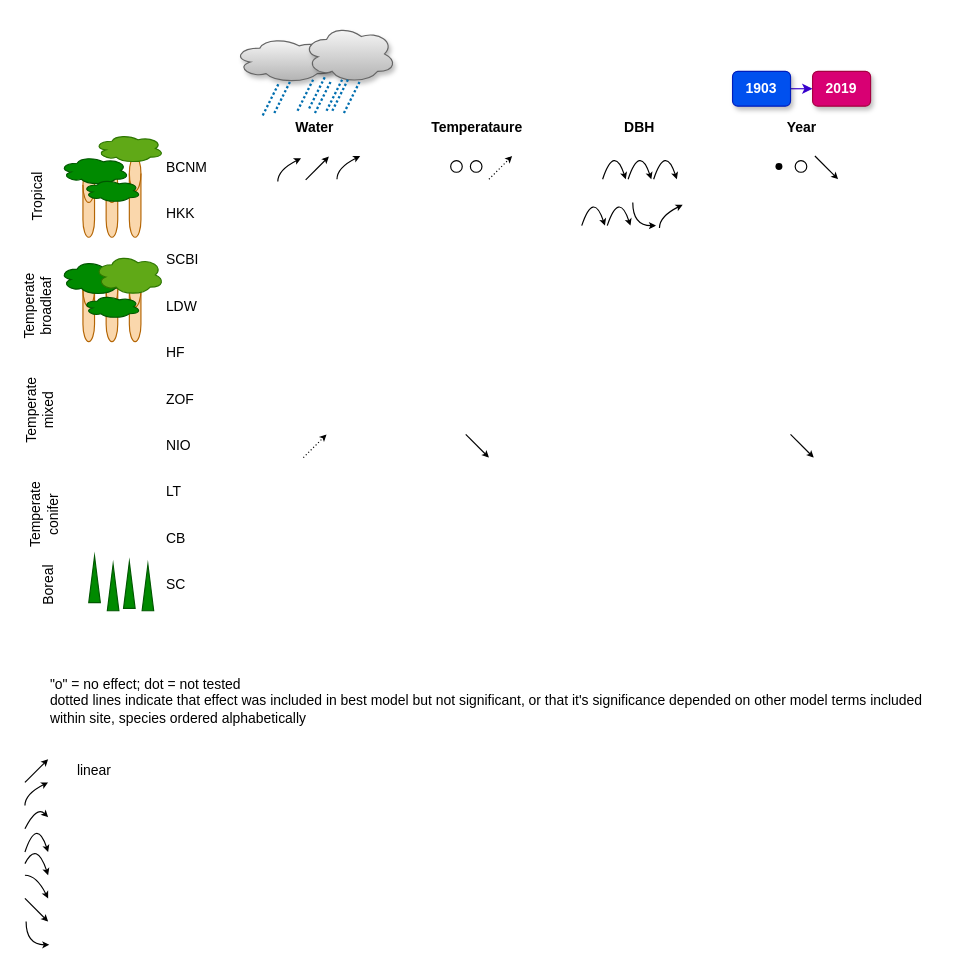
Above: doc/manuscript/tables_figures/SummaryFigure.drawio in EcoClimLab/ForestGEO-tree-rings (draw.io), before the change. Source tidied: cells renumbered, new cells numbered last; positions are measured from the earlier drawing's top-left corner, leaving out a move shared by most shapes. Both pictures are drawn from the tidied source at 116%, with x=0, y=0 at pixel (-1, 24).
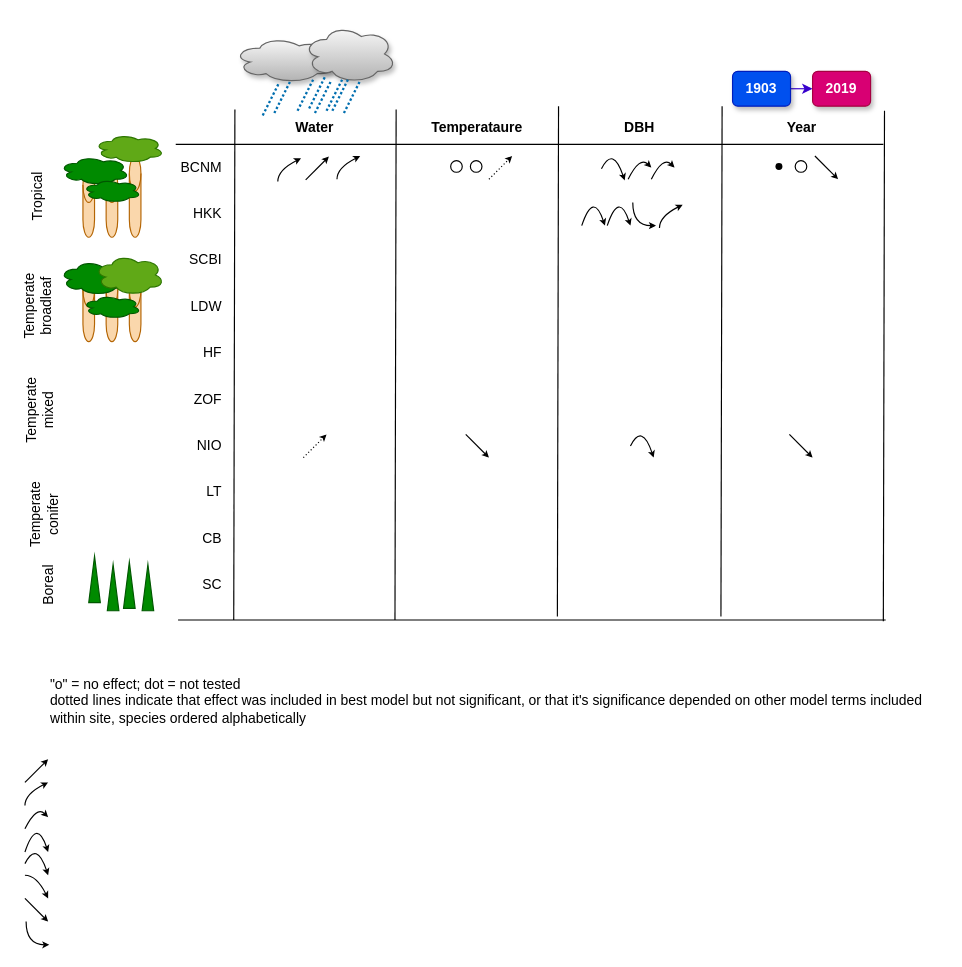
After the change.

The edit, as a diff of the source:
```diff
@@
-    <mxCell id="6" value="BCNM" style="text;html=1;strokeColor=none;fillColor=none;align=left;verticalAlign=middle;whiteSpace=wrap;rounded=0;" parent="1" vertex="1">
-      <mxGeometry x="142" y="113" width="40" height="20" as="geometry" />
+    <mxCell id="6" value="BCNM" style="text;html=1;strokeColor=none;fillColor=none;align=right;verticalAlign=middle;whiteSpace=wrap;rounded=0;" parent="1" vertex="1">
+      <mxGeometry x="154" y="113" width="40" height="20" as="geometry" />
     </mxCell>
-    <mxCell id="7" value="&lt;div&gt;HKK&lt;/div&gt;" style="text;html=1;strokeColor=none;fillColor=none;align=left;verticalAlign=middle;whiteSpace=wrap;rounded=0;" parent="1" vertex="1">
-      <mxGeometry x="142" y="153" width="40" height="20" as="geometry" />
+    <mxCell id="7" value="&lt;div&gt;HKK&lt;/div&gt;" style="text;html=1;strokeColor=none;fillColor=none;align=right;verticalAlign=middle;whiteSpace=wrap;rounded=0;" parent="1" vertex="1">
+      <mxGeometry x="154" y="153" width="40" height="20" as="geometry" />
     </mxCell>
-    <mxCell id="8" value="SCBI" style="text;html=1;strokeColor=none;fillColor=none;align=left;verticalAlign=middle;whiteSpace=wrap;rounded=0;" parent="1" vertex="1">
-      <mxGeometry x="142" y="193" width="40" height="20" as="geometry" />
+    <mxCell id="8" value="SCBI" style="text;html=1;strokeColor=none;fillColor=none;align=right;verticalAlign=middle;whiteSpace=wrap;rounded=0;" parent="1" vertex="1">
+      <mxGeometry x="154" y="193" width="40" height="20" as="geometry" />
     </mxCell>
-    <mxCell id="9" value="LDW" style="text;html=1;strokeColor=none;fillColor=none;align=left;verticalAlign=middle;whiteSpace=wrap;rounded=0;" parent="1" vertex="1">
-      <mxGeometry x="142" y="233" width="40" height="20" as="geometry" />
+    <mxCell id="9" value="LDW" style="text;html=1;strokeColor=none;fillColor=none;align=right;verticalAlign=middle;whiteSpace=wrap;rounded=0;" parent="1" vertex="1">
+      <mxGeometry x="154" y="233" width="40" height="20" as="geometry" />
     </mxCell>
-    <mxCell id="10" value="HF" style="text;html=1;strokeColor=none;fillColor=none;align=left;verticalAlign=middle;whiteSpace=wrap;rounded=0;" parent="1" vertex="1">
-      <mxGeometry x="142" y="273" width="40" height="20" as="geometry" />
+    <mxCell id="10" value="HF" style="text;html=1;strokeColor=none;fillColor=none;align=right;verticalAlign=middle;whiteSpace=wrap;rounded=0;" parent="1" vertex="1">
+      <mxGeometry x="154" y="273" width="40" height="20" as="geometry" />
     </mxCell>
-    <mxCell id="11" value="ZOF" style="text;html=1;strokeColor=none;fillColor=none;align=left;verticalAlign=middle;whiteSpace=wrap;rounded=0;" parent="1" vertex="1">
-      <mxGeometry x="142" y="313" width="40" height="20" as="geometry" />
+    <mxCell id="11" value="ZOF" style="text;html=1;strokeColor=none;fillColor=none;align=right;verticalAlign=middle;whiteSpace=wrap;rounded=0;" parent="1" vertex="1">
+      <mxGeometry x="154" y="313" width="40" height="20" as="geometry" />
     </mxCell>
-    <mxCell id="12" value="NIO" style="text;html=1;strokeColor=none;fillColor=none;align=left;verticalAlign=middle;whiteSpace=wrap;rounded=0;" parent="1" vertex="1">
-      <mxGeometry x="142" y="353" width="40" height="20" as="geometry" />
+    <mxCell id="12" value="NIO" style="text;html=1;strokeColor=none;fillColor=none;align=right;verticalAlign=middle;whiteSpace=wrap;rounded=0;" parent="1" vertex="1">
+      <mxGeometry x="154" y="353" width="40" height="20" as="geometry" />
     </mxCell>
-    <mxCell id="13" value="LT" style="text;html=1;strokeColor=none;fillColor=none;align=left;verticalAlign=middle;whiteSpace=wrap;rounded=0;" parent="1" vertex="1">
-      <mxGeometry x="142" y="393" width="40" height="20" as="geometry" />
+    <mxCell id="13" value="LT" style="text;html=1;strokeColor=none;fillColor=none;align=right;verticalAlign=middle;whiteSpace=wrap;rounded=0;" parent="1" vertex="1">
+      <mxGeometry x="154" y="393" width="40" height="20" as="geometry" />
     </mxCell>
-    <mxCell id="14" value="CB" style="text;html=1;strokeColor=none;fillColor=none;align=left;verticalAlign=middle;whiteSpace=wrap;rounded=0;" parent="1" vertex="1">
-      <mxGeometry x="142" y="433" width="40" height="20" as="geometry" />
+    <mxCell id="14" value="CB" style="text;html=1;strokeColor=none;fillColor=none;align=right;verticalAlign=middle;whiteSpace=wrap;rounded=0;" parent="1" vertex="1">
+      <mxGeometry x="154" y="433" width="40" height="20" as="geometry" />
     </mxCell>
-    <mxCell id="15" value="SC" style="text;html=1;strokeColor=none;fillColor=none;align=left;verticalAlign=middle;whiteSpace=wrap;rounded=0;" parent="1" vertex="1">
-      <mxGeometry x="142" y="473" width="40" height="20" as="geometry" />
+    <mxCell id="15" value="SC" style="text;html=1;strokeColor=none;fillColor=none;align=right;verticalAlign=middle;whiteSpace=wrap;rounded=0;" parent="1" vertex="1">
+      <mxGeometry x="154" y="473" width="40" height="20" as="geometry" />
     </mxCell>
@@
-    <mxCell id="53" value="linear " style="text;html=1;strokeColor=none;fillColor=none;align=center;verticalAlign=middle;whiteSpace=wrap;rounded=0;shadow=1;" parent="1" vertex="1">
-      <mxGeometry x="62" y="633" width="40" height="20" as="geometry" />
-    </mxCell>
@@
     <mxCell id="62" style="endArrow=classic;html=1;endSize=3;" parent="1" edge="1">
       <mxGeometry relative="1" as="geometry">
-        <mxPoint x="682" y="353" as="sourcePoint" />
-        <mxPoint x="702" y="373" as="targetPoint" />
+        <mxPoint x="681" y="353" as="sourcePoint" />
+        <mxPoint x="701" y="373" as="targetPoint" />
       </mxGeometry>
     </mxCell>
@@
-    <mxCell id="71" style="curved=1;endArrow=classic;html=1;endSize=3;" parent="1" edge="1">
-      <mxGeometry relative="1" as="geometry">
-        <mxPoint x="520" y="133" as="sourcePoint" />
-        <mxPoint x="540" y="133" as="targetPoint" />
-        <Array as="points">
-          <mxPoint x="530" y="103" />
-        </Array>
-      </mxGeometry>
-    </mxCell>
-    <mxCell id="72" style="curved=1;endArrow=classic;html=1;endSize=3;" parent="1" edge="1">
-      <mxGeometry relative="1" as="geometry">
-        <mxPoint x="542" y="133" as="sourcePoint" />
-        <mxPoint x="562" y="133" as="targetPoint" />
-        <Array as="points">
-          <mxPoint x="552" y="103" />
-        </Array>
-      </mxGeometry>
-    </mxCell>
-    <mxCell id="73" style="curved=1;endArrow=classic;html=1;endSize=3;" parent="1" edge="1">
-      <mxGeometry relative="1" as="geometry">
-        <mxPoint x="564" y="133" as="sourcePoint" />
-        <mxPoint x="584" y="133" as="targetPoint" />
-        <Array as="points">
-          <mxPoint x="574" y="103" />
-        </Array>
-      </mxGeometry>
-    </mxCell>
@@
+    <mxCell id="80" style="curved=1;endArrow=classic;html=1;endSize=3;" parent="1" edge="1">
+      <mxGeometry relative="1" as="geometry">
+        <mxPoint x="542" y="133" as="sourcePoint" />
+        <mxPoint x="562" y="123" as="targetPoint" />
+        <Array as="points">
+          <mxPoint x="552" y="113" />
+        </Array>
+      </mxGeometry>
+    </mxCell>
+    <mxCell id="81" style="curved=1;endArrow=classic;html=1;endSize=3;" parent="1" edge="1">
+      <mxGeometry relative="1" as="geometry">
+        <mxPoint x="562" y="133" as="sourcePoint" />
+        <mxPoint x="582" y="123" as="targetPoint" />
+        <Array as="points">
+          <mxPoint x="572" y="113" />
+        </Array>
+      </mxGeometry>
+    </mxCell>
+    <mxCell id="82" style="curved=1;endArrow=classic;html=1;endSize=3;" parent="1" edge="1">
+      <mxGeometry relative="1" as="geometry">
+        <mxPoint x="519" y="124" as="sourcePoint" />
+        <mxPoint x="539" y="134" as="targetPoint" />
+        <Array as="points">
+          <mxPoint x="529" y="104" />
+        </Array>
+      </mxGeometry>
+    </mxCell>
+    <mxCell id="83" style="curved=1;endArrow=classic;html=1;endSize=3;" parent="1" edge="1">
+      <mxGeometry relative="1" as="geometry">
+        <mxPoint x="544" y="363" as="sourcePoint" />
+        <mxPoint x="564" y="373" as="targetPoint" />
+        <Array as="points">
+          <mxPoint x="554" y="343" />
+        </Array>
+      </mxGeometry>
+    </mxCell>
+    <mxCell id="84" style="endArrow=none;html=1;endSize=3;" parent="1" edge="1">
+      <mxGeometry relative="1" as="geometry">
+        <mxPoint x="341" y="513" as="sourcePoint" />
+        <mxPoint x="342" y="73" as="targetPoint" />
+      </mxGeometry>
+    </mxCell>
+    <mxCell id="85" style="endArrow=none;html=1;endSize=3;" parent="1" edge="1">
+      <mxGeometry relative="1" as="geometry">
+        <mxPoint x="481" y="510" as="sourcePoint" />
+        <mxPoint x="482" y="70" as="targetPoint" />
+      </mxGeometry>
+    </mxCell>
+    <mxCell id="86" style="endArrow=none;html=1;endSize=3;" parent="1" edge="1">
+      <mxGeometry relative="1" as="geometry">
+        <mxPoint x="622" y="510" as="sourcePoint" />
+        <mxPoint x="623" y="70" as="targetPoint" />
+      </mxGeometry>
+    </mxCell>
+    <mxCell id="87" style="endArrow=none;html=1;endSize=3;" parent="1" edge="1">
+      <mxGeometry relative="1" as="geometry">
+        <mxPoint x="762" y="514" as="sourcePoint" />
+        <mxPoint x="763" y="74" as="targetPoint" />
+      </mxGeometry>
+    </mxCell>
+    <mxCell id="88" style="endArrow=none;html=1;endSize=3;" parent="1" edge="1">
+      <mxGeometry relative="1" as="geometry">
+        <mxPoint x="202" y="513" as="sourcePoint" />
+        <mxPoint x="203" y="73" as="targetPoint" />
+      </mxGeometry>
+    </mxCell>
+    <mxCell id="89" style="endArrow=none;html=1;endSize=3;" parent="1" edge="1">
+      <mxGeometry relative="1" as="geometry">
+        <mxPoint x="152" y="103" as="sourcePoint" />
+        <mxPoint x="762" y="103" as="targetPoint" />
+      </mxGeometry>
+    </mxCell>
+    <mxCell id="90" style="endArrow=none;html=1;endSize=3;" parent="1" edge="1">
+      <mxGeometry relative="1" as="geometry">
+        <mxPoint x="154" y="513" as="sourcePoint" />
+        <mxPoint x="764" y="513" as="targetPoint" />
+      </mxGeometry>
+    </mxCell>
```
